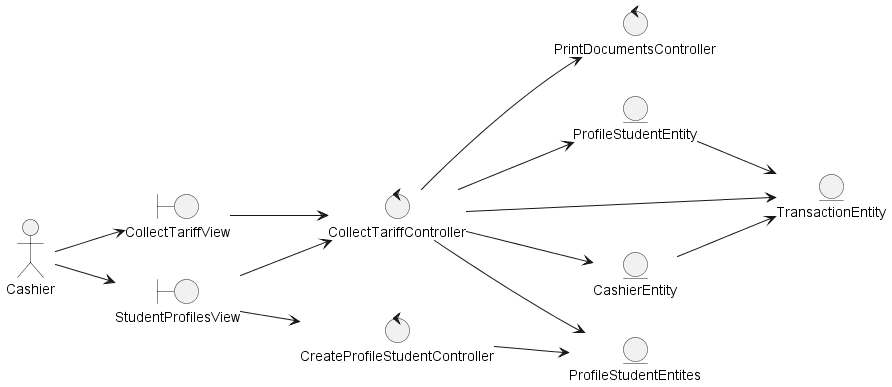
Before: out/DesignView/AnalysisView/UseCaseAnalysis/CU03.CollectTariffs/Classes.CU03.Analysis.png, a diagram exported from PlantUML (wsmcbl/wsmcbl.doc).
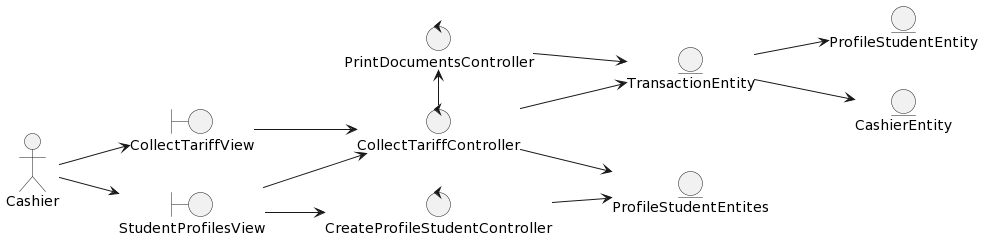
Above is the later version.

Commit message:
Feat: update usecase analysis files

What changed in the source:
```diff
@@ -16,6 +16,7 @@
 entity CashierEntity
 
 
+
 Cashier --> CollectTariffView
 Cashier --> StudentProfilesView
 
@@ -24,12 +25,12 @@
 StudentProfilesView --> CreateProfileStudentController
 
 CollectTariffController --> ProfileStudentEntites
-CollectTariffController --> ProfileStudentEntity
 CollectTariffController --> TransactionEntity
-CollectTariffController --> CashierEntity
-CollectTariffController --> PrintDocumentsController
+CollectTariffController -left-> PrintDocumentsController
+
 CreateProfileStudentController --> ProfileStudentEntites
+PrintDocumentsController --> TransactionEntity
 
-ProfileStudentEntity --> TransactionEntity
-CashierEntity --> TransactionEntity
+TransactionEntity --> CashierEntity
+TransactionEntity --> ProfileStudentEntity
 @enduml
```
